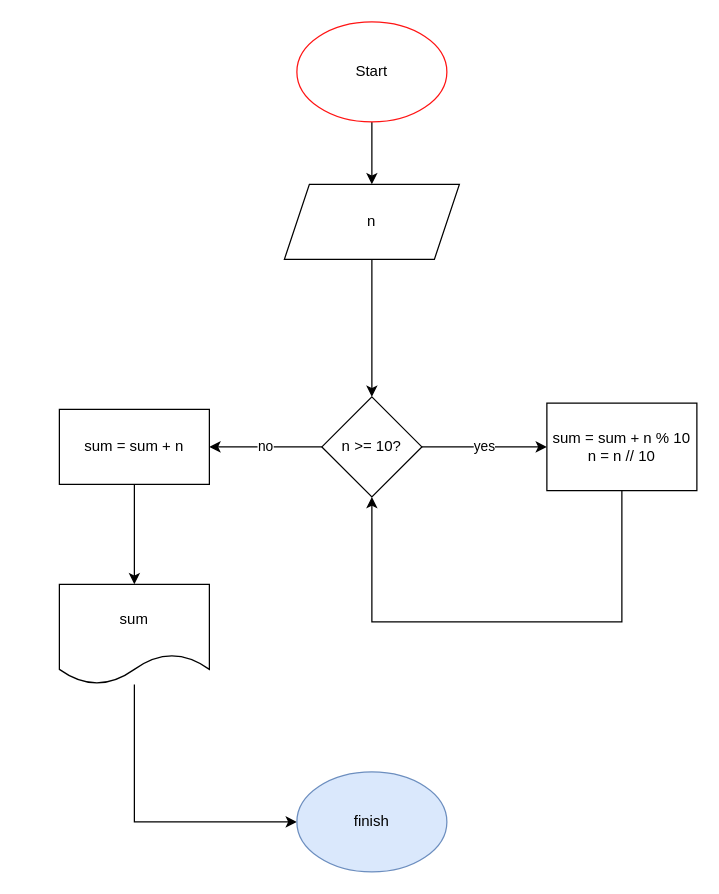
Before: page "Page-13" (13 of 14) of block-schemes.drawio in yourenoticed/gb, a draw.io diagram. Source tidied: cells renumbered, new cells numbered last; positions are measured from the earlier drawing's top-left corner, leaving out a move shared by most shapes. Both pictures are drawn from the tidied source at 125%, with x=0, y=0 at pixel (59, 21).
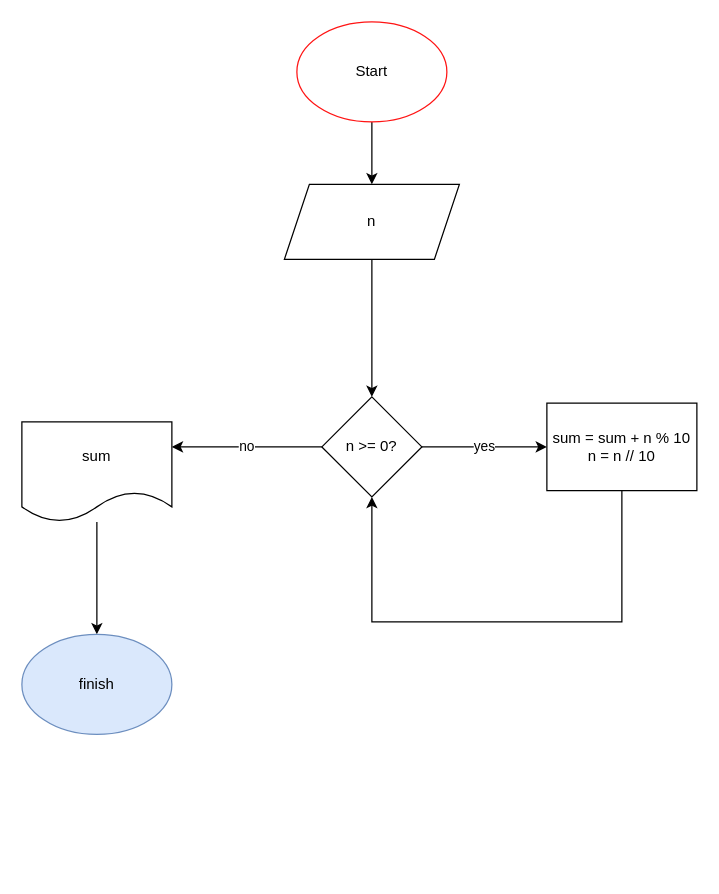
After the change.

The edit, as a diff of the source:
```diff
@@
 <mxGraphModel>
   <root>
     <mxCell id="0" />
     <mxCell id="1" parent="0" />
     <mxCell id="2" style="edgeStyle=orthogonalEdgeStyle;rounded=0;jettySize=auto;html=1;" parent="1" edge="1" source="3" target="5">
       <mxGeometry relative="1" as="geometry" />
     </mxCell>
     <mxCell id="3" value="Start" style="ellipse;whiteSpace=wrap;html=1;strokeColor=#FF1414;" parent="1" vertex="1">
       <mxGeometry x="190" width="120" height="80" as="geometry" />
     </mxCell>
     <mxCell id="4" style="edgeStyle=orthogonalEdgeStyle;rounded=0;jettySize=auto;html=1;" parent="1" edge="1" source="5" target="8">
       <mxGeometry relative="1" as="geometry" />
     </mxCell>
     <mxCell id="5" value="n" style="shape=parallelogram;perimeter=parallelogramPerimeter;whiteSpace=wrap;html=1;fixedSize=1;" parent="1" vertex="1">
       <mxGeometry x="180" y="130" width="140" height="60" as="geometry" />
     </mxCell>
     <mxCell id="6" value="yes" style="edgeStyle=orthogonalEdgeStyle;rounded=0;jettySize=auto;html=1;" parent="1" edge="1" source="8" target="9">
       <mxGeometry relative="1" as="geometry" />
     </mxCell>
-    <mxCell id="7" value="no" style="edgeStyle=orthogonalEdgeStyle;rounded=0;jettySize=auto;html=1;" parent="1" edge="1" source="8" target="11">
-      <mxGeometry relative="1" as="geometry" />
+    <mxCell id="7" value="no" style="edgeStyle=orthogonalEdgeStyle;rounded=0;jettySize=auto;html=1;exitX=0;exitY=0.5;exitDx=0;exitDy=0;entryX=1;entryY=0.25;entryDx=0;entryDy=0;" parent="1" edge="1" source="8" target="13">
+      <mxGeometry relative="1" as="geometry">
+        <Array as="points">
+          <mxPoint x="90" y="340" />
+        </Array>
+      </mxGeometry>
     </mxCell>
-    <mxCell id="8" value="n &amp;gt;= 10?" style="rhombus;whiteSpace=wrap;html=1;" parent="1" vertex="1">
+    <mxCell id="8" value="n &amp;gt;= 0?" style="rhombus;whiteSpace=wrap;html=1;" parent="1" vertex="1">
       <mxGeometry x="210" y="300" width="80" height="80" as="geometry" />
     </mxCell>
     <mxCell id="9" value="sum = sum + n % 10&lt;br&gt;n = n // 10" style="rounded=0;whiteSpace=wrap;html=1;" parent="1" vertex="1">
       <mxGeometry x="390" y="305" width="120" height="70" as="geometry" />
     </mxCell>
-    <mxCell id="10" style="edgeStyle=orthogonalEdgeStyle;rounded=0;jettySize=auto;html=1;" parent="1" edge="1" source="11" target="13">
-      <mxGeometry relative="1" as="geometry" />
-    </mxCell>
-    <mxCell id="11" value="sum = sum + n" style="rounded=0;whiteSpace=wrap;html=1;" parent="1" vertex="1">
-      <mxGeometry y="310" width="120" height="60" as="geometry" />
-    </mxCell>
-    <mxCell id="12" style="edgeStyle=orthogonalEdgeStyle;rounded=0;jettySize=auto;html=1;entryX=0;entryY=0.5;entryDx=0;entryDy=0;" parent="1" edge="1" source="13" target="14">
+    <mxCell id="12" style="edgeStyle=orthogonalEdgeStyle;rounded=0;jettySize=auto;html=1;entryX=0.5;entryY=0;entryDx=0;entryDy=0;" parent="1" edge="1" source="13" target="14">
       <mxGeometry relative="1" as="geometry">
         <Array as="points">
-          <mxPoint x="60" y="640" />
+          <mxPoint x="30" y="470" />
+          <mxPoint x="30" y="470" />
         </Array>
       </mxGeometry>
     </mxCell>
     <mxCell id="13" value="sum" style="shape=document;whiteSpace=wrap;html=1;boundedLbl=1;" parent="1" vertex="1">
-      <mxGeometry y="450" width="120" height="80" as="geometry" />
+      <mxGeometry x="-30" y="320" width="120" height="80" as="geometry" />
     </mxCell>
     <mxCell id="14" value="finish" style="ellipse;whiteSpace=wrap;html=1;fillColor=#dae8fc;strokeColor=#6c8ebf;" parent="1" vertex="1">
-      <mxGeometry x="190" y="600" width="120" height="80" as="geometry" />
+      <mxGeometry x="-30" y="490" width="120" height="80" as="geometry" />
     </mxCell>
     <mxCell id="15" style="endArrow=classic;html=1;rounded=0;exitX=0.5;exitY=1;exitDx=0;exitDy=0;entryX=0.5;entryY=1;entryDx=0;entryDy=0;" parent="1" edge="1" source="9" target="8">
       <mxGeometry relative="1" as="geometry">
         <Array as="points">
           <mxPoint x="450" y="480" />
           <mxPoint x="250" y="480" />
         </Array>
       </mxGeometry>
     </mxCell>
   </root>
 </mxGraphModel>
```
